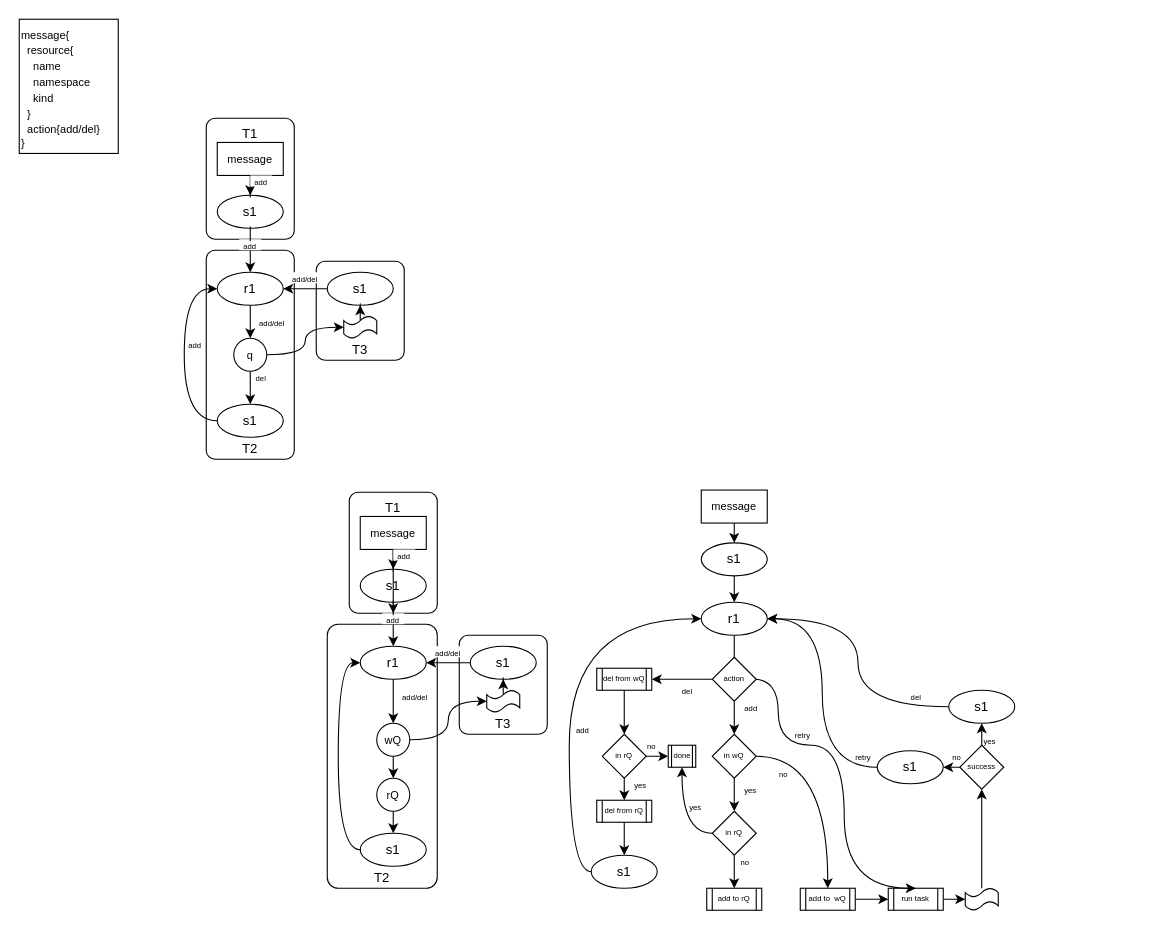
Before: Untitled Diagram.drawio in michaelhenkel/config-controller, a draw.io diagram. Source tidied: cells renumbered, new cells numbered last; positions are measured from the earlier drawing's top-left corner, leaving out a move shared by most shapes. Both pictures are drawn from the tidied source at 110%, with x=0, y=0 at pixel (19, 19).
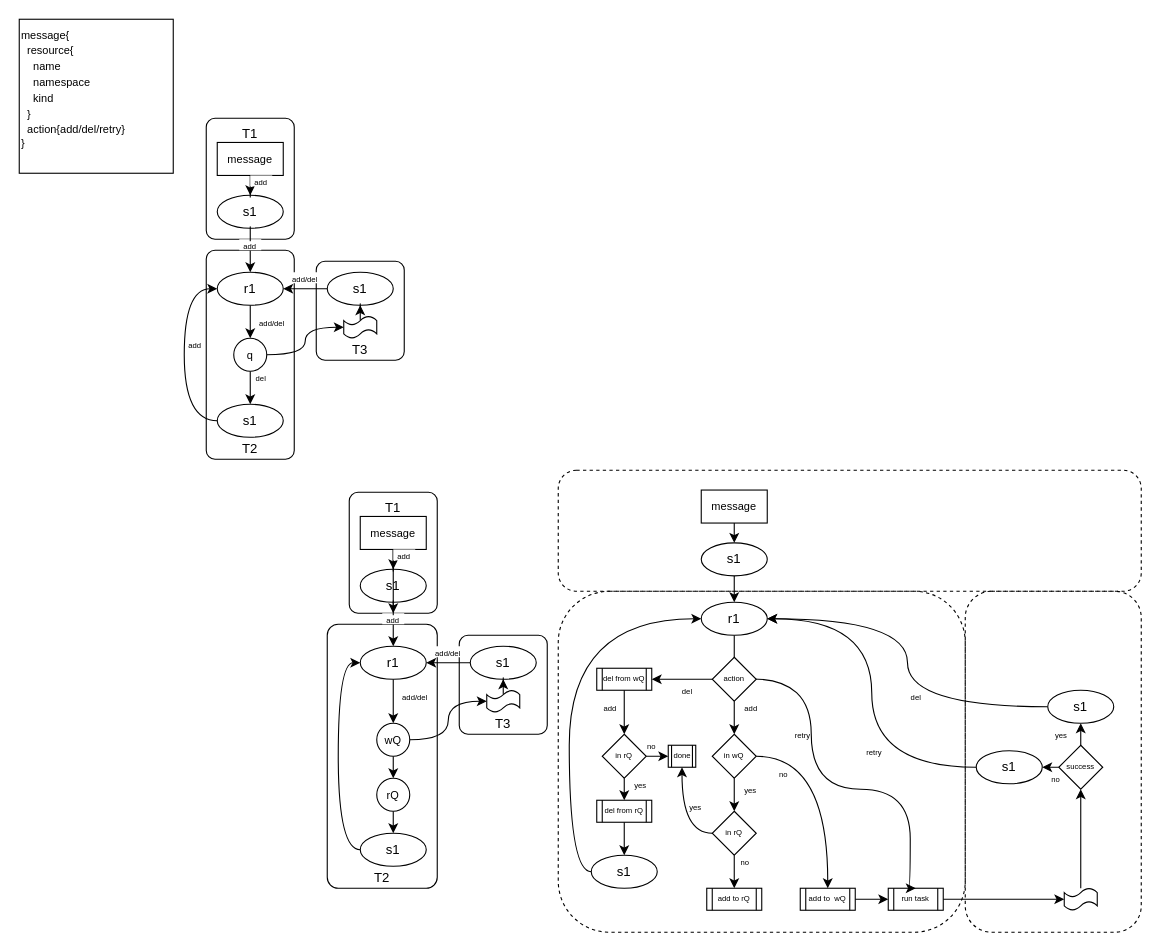
The same diagram, later.

Unchanged cells that the change refers to:
```xml
<mxCell id="63" value="action" style="rhombus;whiteSpace=wrap;html=1;fontSize=7;fillColor=default;" parent="1" vertex="1">
  <mxGeometry x="630" y="580" width="40" height="40" as="geometry" />
</mxCell>
<mxCell id="73" value="run task" style="shape=process;whiteSpace=wrap;html=1;backgroundOutline=1;fontSize=7;fillColor=none;" parent="1" vertex="1">
  <mxGeometry x="790" y="790" width="50" height="20" as="geometry" />
</mxCell>
```

The edit, as a diff of the source:
```diff
@@
+    <mxCell id="108" style="rounded=1;whiteSpace=wrap;html=1;fontSize=7;fillColor=none;dashed=1;" parent="1" vertex="1">
+      <mxGeometry x="490" y="520" width="370" height="310" as="geometry" />
+    </mxCell>
@@
-    <mxCell id="5" value="&lt;font style=&quot;font-size: 10px&quot;&gt;message{&lt;br&gt;&amp;nbsp; resource{&lt;br&gt;&amp;nbsp; &amp;nbsp; name&lt;br&gt;&amp;nbsp; &amp;nbsp; namespace&lt;br&gt;&amp;nbsp; &amp;nbsp; kind&lt;br&gt;&amp;nbsp; }&lt;br&gt;&amp;nbsp; action{add/del}&lt;br&gt;&lt;/font&gt;&lt;div style=&quot;font-size: 10px&quot;&gt;&lt;font style=&quot;font-size: 10px&quot;&gt;}&lt;/font&gt;&lt;/div&gt;" style="rounded=0;whiteSpace=wrap;html=1;verticalAlign=top;align=left;" parent="1" vertex="1">
-      <mxGeometry width="90" height="122" as="geometry" />
+    <mxCell id="5" value="&lt;font style=&quot;font-size: 10px&quot;&gt;message{&lt;br&gt;&amp;nbsp; resource{&lt;br&gt;&amp;nbsp; &amp;nbsp; name&lt;br&gt;&amp;nbsp; &amp;nbsp; namespace&lt;br&gt;&amp;nbsp; &amp;nbsp; kind&lt;br&gt;&amp;nbsp; }&lt;br&gt;&amp;nbsp; action{add/del/retry}&lt;br&gt;&lt;/font&gt;&lt;div style=&quot;font-size: 10px&quot;&gt;&lt;font style=&quot;font-size: 10px&quot;&gt;}&lt;/font&gt;&lt;/div&gt;" style="rounded=0;whiteSpace=wrap;html=1;verticalAlign=top;align=left;" parent="1" vertex="1">
+      <mxGeometry width="140" height="140" as="geometry" />
     </mxCell>
@@
     <mxCell id="62" style="edgeStyle=orthogonalEdgeStyle;curved=1;rounded=0;jettySize=auto;html=1;entryX=0.5;entryY=0;entryDx=0;entryDy=0;fontSize=7;exitX=0.914;exitY=0.493;exitDx=0;exitDy=0;exitPerimeter=0;" parent="1" edge="1" source="63" target="73">
       <mxGeometry relative="1" as="geometry">
         <Array as="points">
-          <mxPoint x="690" y="600" />
-          <mxPoint x="690" y="660" />
-          <mxPoint x="750" y="660" />
-          <mxPoint x="750" y="790" />
+          <mxPoint x="720" y="600" />
+          <mxPoint x="720" y="700" />
+          <mxPoint x="810" y="700" />
+          <mxPoint x="810" y="790" />
         </Array>
       </mxGeometry>
     </mxCell>
@@
     <mxCell id="75" style="shape=tape;whiteSpace=wrap;html=1;fontSize=10;" parent="1" vertex="1">
-      <mxGeometry x="860" y="790" width="30" height="20" as="geometry" />
+      <mxGeometry x="950" y="790" width="30" height="20" as="geometry" />
     </mxCell>
@@
     <mxCell id="78" value="success" style="rhombus;whiteSpace=wrap;html=1;fontSize=7;fillColor=default;" parent="1" vertex="1">
-      <mxGeometry x="855" y="660" width="40" height="40" as="geometry" />
+      <mxGeometry x="945" y="660" width="40" height="40" as="geometry" />
     </mxCell>
@@
     <mxCell id="80" value="s1" style="ellipse;whiteSpace=wrap;html=1;" parent="1" vertex="1">
-      <mxGeometry x="845" y="610" width="60" height="30" as="geometry" />
+      <mxGeometry x="935" y="610" width="60" height="30" as="geometry" />
     </mxCell>
@@
     <mxCell id="82" value="s1" style="ellipse;whiteSpace=wrap;html=1;" parent="1" vertex="1">
-      <mxGeometry x="780" y="665" width="60" height="30" as="geometry" />
+      <mxGeometry x="870" y="665" width="60" height="30" as="geometry" />
     </mxCell>
     <mxCell id="83" value="&lt;font style=&quot;font-size: 7px&quot;&gt;no&lt;/font&gt;" style="text;html=1;strokeColor=none;fillColor=none;align=center;verticalAlign=middle;whiteSpace=wrap;rounded=0;fontSize=10;" parent="1" vertex="1">
-      <mxGeometry x="840" y="665" width="25" height="10" as="geometry" />
+      <mxGeometry x="930" y="685" width="25" height="10" as="geometry" />
     </mxCell>
     <mxCell id="84" value="&lt;font style=&quot;font-size: 7px&quot;&gt;yes&lt;/font&gt;" style="text;html=1;strokeColor=none;fillColor=none;align=center;verticalAlign=middle;whiteSpace=wrap;rounded=0;fontSize=10;" parent="1" vertex="1">
-      <mxGeometry x="870" y="650" width="25" height="10" as="geometry" />
+      <mxGeometry x="935" y="645" width="25" height="10" as="geometry" />
     </mxCell>
@@
     <mxCell id="86" value="&lt;font style=&quot;font-size: 7px&quot;&gt;retry&lt;/font&gt;" style="text;html=1;strokeColor=none;fillColor=none;align=center;verticalAlign=middle;whiteSpace=wrap;rounded=0;fontSize=10;" parent="1" vertex="1">
-      <mxGeometry x="755" y="665" width="25" height="10" as="geometry" />
+      <mxGeometry x="765" y="660" width="25" height="10" as="geometry" />
     </mxCell>
@@
     <mxCell id="100" value="&lt;font style=&quot;font-size: 7px&quot;&gt;add&lt;/font&gt;" style="text;html=1;strokeColor=none;fillColor=none;align=center;verticalAlign=middle;whiteSpace=wrap;rounded=0;fontSize=10;" parent="1" vertex="1">
-      <mxGeometry x="500" y="640" width="25" height="10" as="geometry" />
+      <mxGeometry x="525" y="620" width="25" height="10" as="geometry" />
     </mxCell>
@@
+    <mxCell id="109" style="rounded=1;whiteSpace=wrap;html=1;fontSize=7;fillColor=none;dashed=1;" parent="1" vertex="1">
+      <mxGeometry x="860" y="520" width="160" height="310" as="geometry" />
+    </mxCell>
+    <mxCell id="110" style="rounded=1;whiteSpace=wrap;html=1;fontSize=7;fillColor=none;dashed=1;" parent="1" vertex="1">
+      <mxGeometry x="490" y="410" width="530" height="110" as="geometry" />
+    </mxCell>
```
